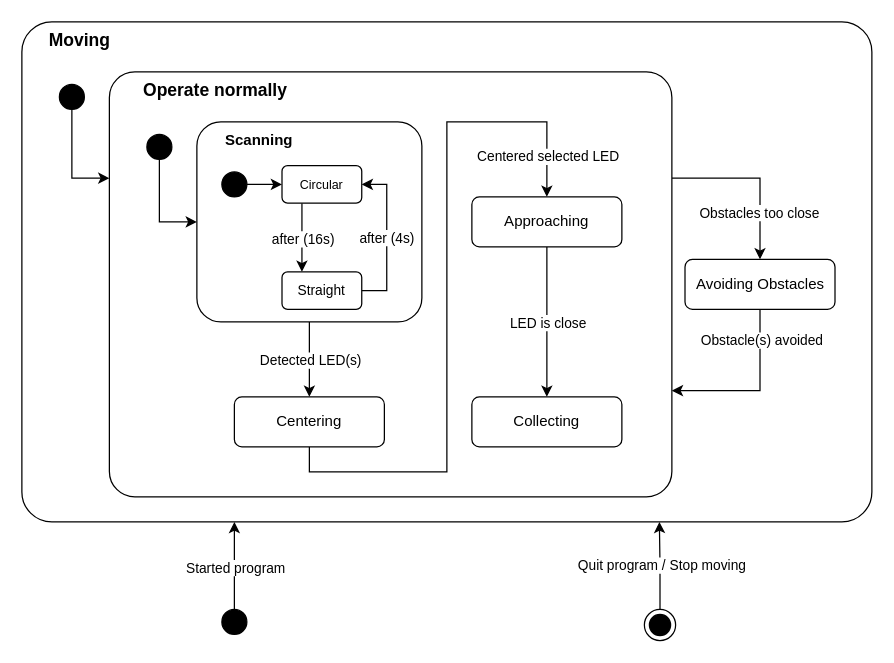
nembrinj/protofablab keeps this draw.io diagram as 2025/projects/Group103/Schemas/movement_algo.drawio. Above is the earlier version. Source tidied: cells renumbered, new cells numbered last; positions are measured from the earlier drawing's top-left corner, leaving out a move shared by most shapes. Both pictures are drawn from the tidied source at 125%, with x=0, y=0 at pixel (21, 21).
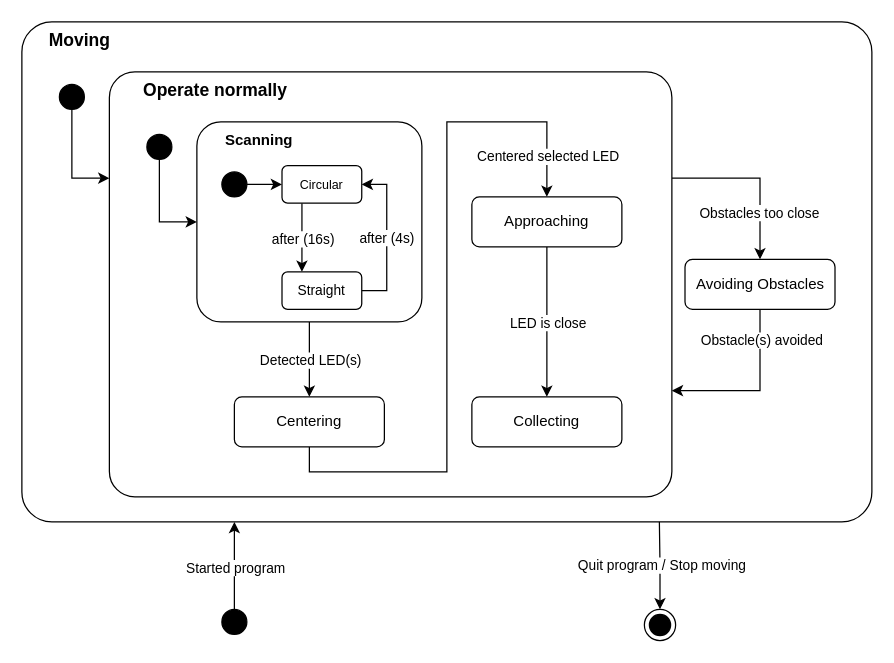
After the change.

Commit message (it also covers changes not shown here):
scrabbled the python movement script subsection

The change refers to these unchanged cells:
```xml
<mxCell id="2" style="rounded=1;whiteSpace=wrap;html=1;arcSize=6;" parent="1" vertex="1">
  <mxGeometry width="680" height="400" as="geometry" />
</mxCell>
<mxCell id="40" style="ellipse;html=1;shape=endState;fillColor=#000000;strokeColor=#000000;" parent="1" vertex="1">
  <mxGeometry x="498" y="470" width="25" height="25" as="geometry" />
</mxCell>
```

Diff of the diagram source:
```diff
@@
-    <mxCell id="38" style="edgeStyle=orthogonalEdgeStyle;rounded=0;jettySize=auto;html=1;exitX=0.5;exitY=0;exitDx=0;exitDy=0;entryX=0.75;entryY=1;entryDx=0;entryDy=0;" parent="1" edge="1" source="40" target="2">
+    <mxCell id="38" style="edgeStyle=orthogonalEdgeStyle;rounded=0;jettySize=auto;html=1;exitX=0.5;exitY=0;exitDx=0;exitDy=0;entryX=0.75;entryY=1;entryDx=0;entryDy=0;endArrow=none;endFill=0;startArrow=classic;startFill=1;" parent="1" edge="1" source="40" target="2">
       <mxGeometry relative="1" as="geometry" />
     </mxCell>
```
